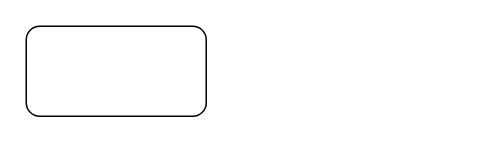
Before: Springboot/rua-03化妆品购物网站.drawio in redcomet88/DRAW, a draw.io diagram. Source tidied: cells renumbered, new cells numbered last; positions are measured from the earlier drawing's top-left corner, leaving out a move shared by most shapes. Both pictures are drawn from the tidied source at 150%, with x=0, y=0 at pixel (26, 26).
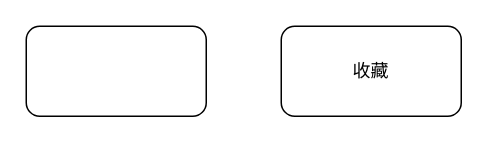
The same page after the edit.

Commit message (it also covers changes not shown here):
Update rua-03化妆品购物网站.drawio

Diff of the diagram source:
```diff
@@
 <mxGraphModel>
   <root>
     <mxCell id="0" />
     <mxCell id="1" parent="0" />
     <mxCell id="2" style="rounded=1;whiteSpace=wrap;html=1;" parent="1" vertex="1">
       <mxGeometry width="120" height="60" as="geometry" />
     </mxCell>
+    <mxCell id="3" value="收藏" style="rounded=1;whiteSpace=wrap;html=1;" parent="1" vertex="1">
+      <mxGeometry x="170" width="120" height="60" as="geometry" />
+    </mxCell>
   </root>
 </mxGraphModel>
```
